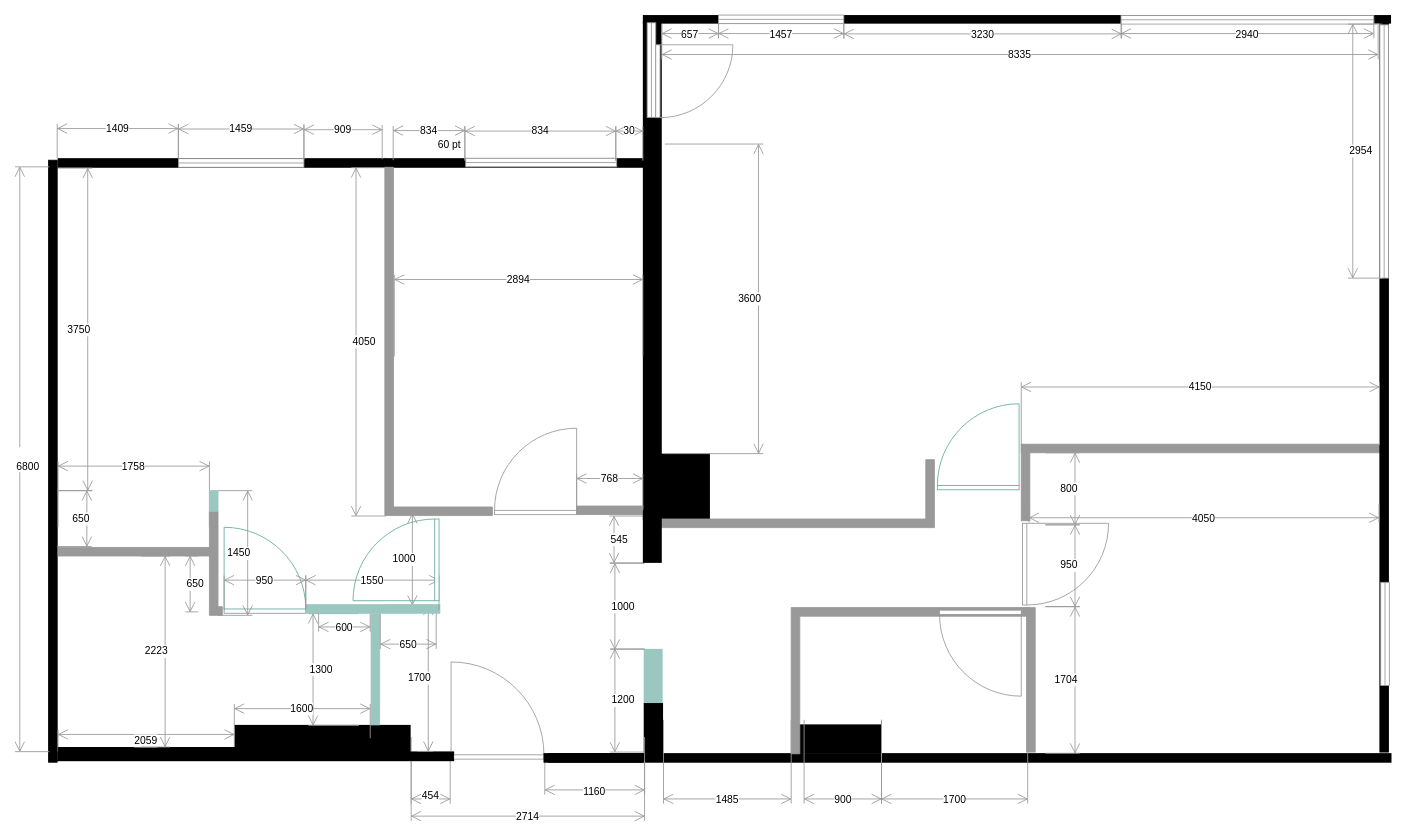
Before: docs/src/static/drawings/floor-plan.construction.drawio in surquest/flat-renovation, a draw.io diagram. Source tidied: cells renumbered, new cells numbered last; positions are measured from the earlier drawing's top-left corner, leaving out a move shared by most shapes. Both pictures are drawn from the tidied source at 86%, with x=0, y=0 at pixel (15, 15).
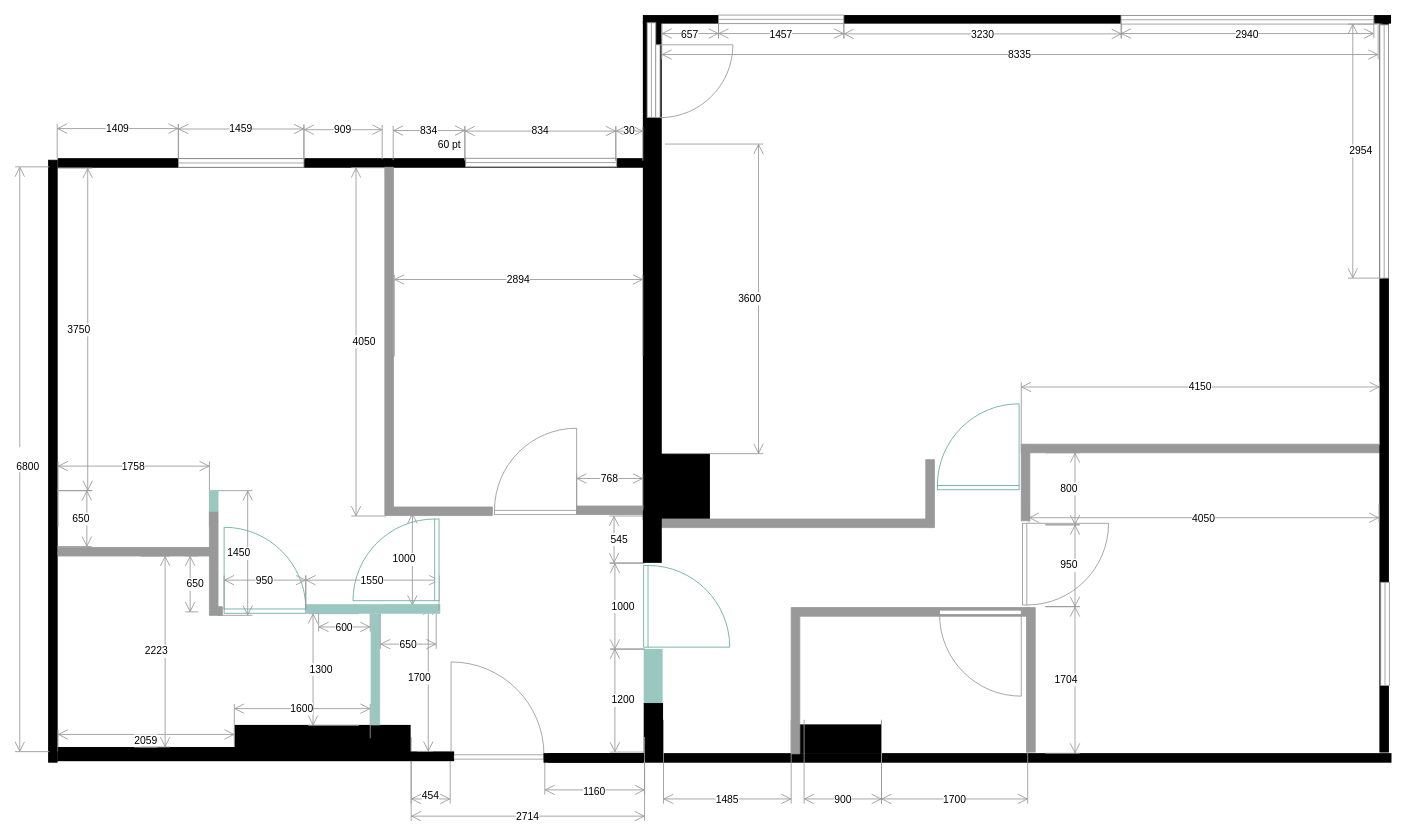
The same page after the edit.

The edit, as a diff of the source:
```diff
@@
+    <mxCell id="93" style="verticalLabelPosition=bottom;html=1;verticalAlign=top;align=center;shape=mxgraph.floorplan.doorRight;strokeColor=#67AB9F;fillColor=default;flipH=1;flipV=0;direction=south;" parent="1" vertex="1">
+      <mxGeometry x="731" y="640" width="96" height="95" as="geometry" />
+    </mxCell>
```
